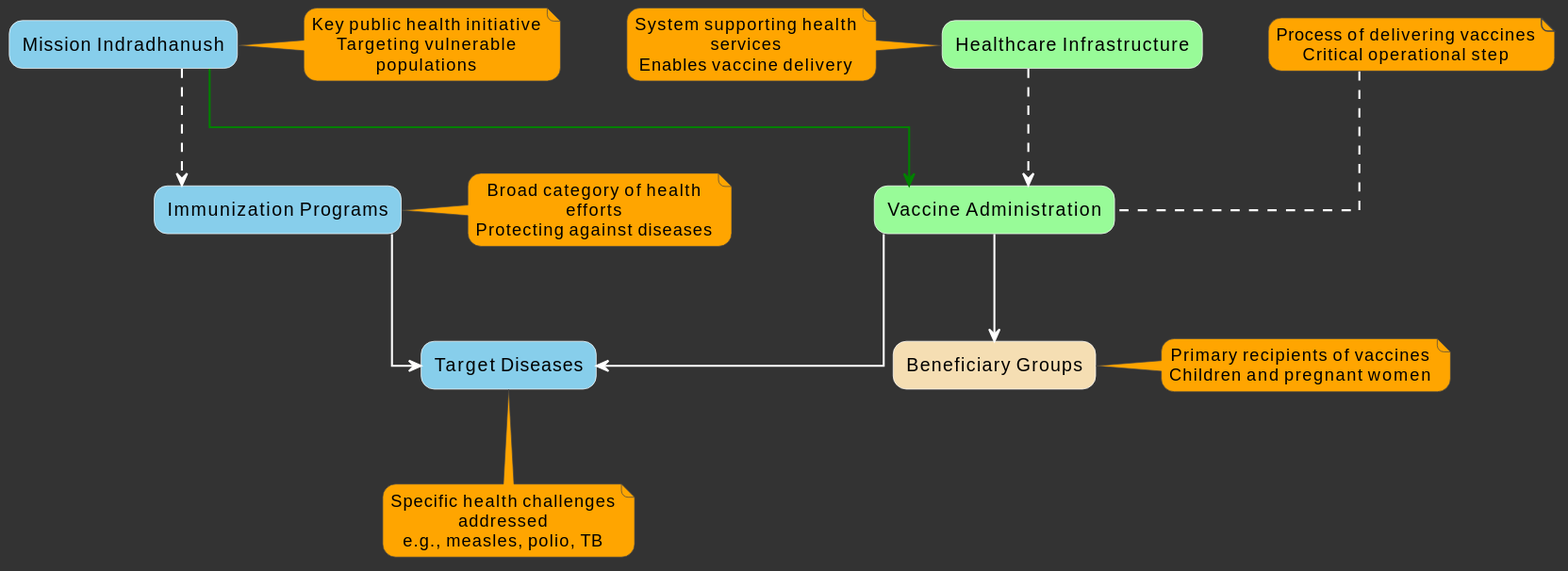
Above: tele_1.svg in bolibazaar/upsc_sol_assets (PlantUML), before the change.
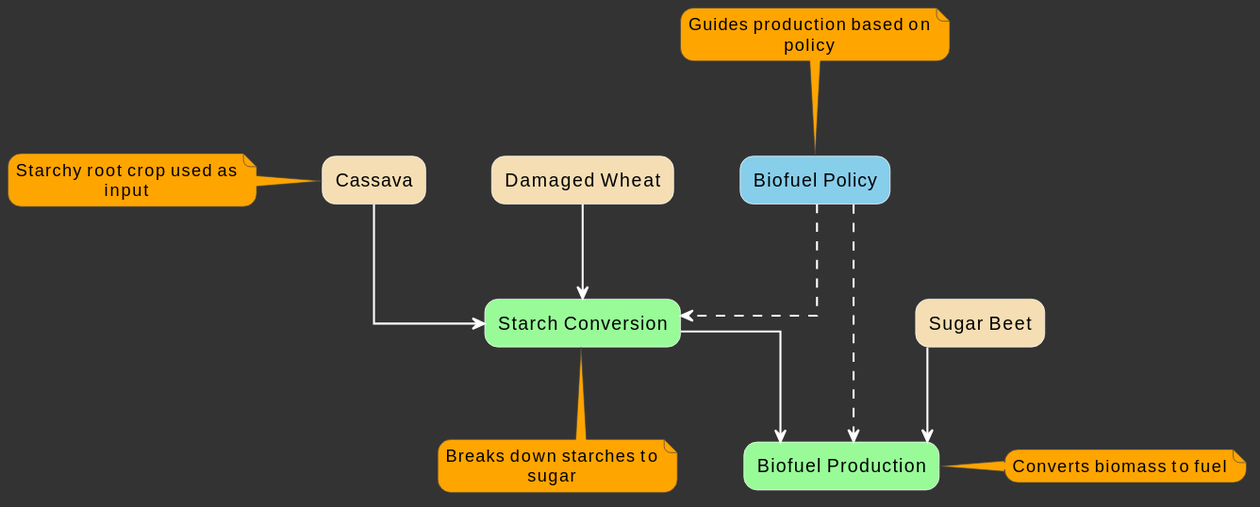
The same diagram one commit later.

The edit, as a diff of the source:
```diff
@@ -20,47 +20,35 @@
 skinparam rectangleFontColor black
 skinparam rectangleBorderColor white
 
-rectangle "Mission Indradhanush" #87CEEB
-rectangle "Immunization Programs" #87CEEB
-rectangle "Target Diseases" #87CEEB
-rectangle "Vaccine Administration" #98FB98
-rectangle "Beneficiary Groups" #F5DEB3
-rectangle "Healthcare Infrastructure" #98FB98
+rectangle "Biofuel Policy" #87CEEB
 
-"Mission Indradhanush" ..> "Immunization Programs"
-"Immunization Programs" --> "Target Diseases"
-"Vaccine Administration" ==> "Target Diseases"
-"Vaccine Administration" --> "Beneficiary Groups"
-"Healthcare Infrastructure" ..> "Vaccine Administration"
-"Mission Indradhanush" -[#green]-> "Vaccine Administration"
+rectangle "Biofuel Production" #98FB98
+rectangle "Starch Conversion" #98FB98
 
-note right of "Mission Indradhanush"
-  Key public health initiative
-  Targeting vulnerable populations
+rectangle "Cassava" #F5DEB3
+rectangle "Damaged Wheat" #F5DEB3
+rectangle "Sugar Beet" #F5DEB3
+
+"Cassava" --> "Starch Conversion"
+"Damaged Wheat" --> "Starch Conversion"
+"Starch Conversion" --> "Biofuel Production"
+"Sugar Beet" --> "Biofuel Production"
+"Biofuel Policy" ..> "Biofuel Production"
+"Biofuel Policy" ..> "Starch Conversion"
+
+note top of "Biofuel Policy"
+  Guides production based on policy
 end note
 
-note left of "Immunization Programs"
-  Broad category of health efforts
-  Protecting against diseases
+note right of "Biofuel Production"
+  Converts biomass to fuel
 end note
 
-note top of "Vaccine Administration"
-  Process of delivering vaccines
-  Critical operational step
+note bottom of "Starch Conversion"
+  Breaks down starches to sugar
 end note
 
-note bottom of "Target Diseases"
-  Specific health challenges addressed
-  e.g., measles, polio, TB
-end note
-
-note right of "Beneficiary Groups"
-  Primary recipients of vaccines
-  Children and pregnant women
-end note
-
-note left of "Healthcare Infrastructure"
-  System supporting health services
-  Enables vaccine delivery
+note left of "Cassava"
+  Starchy root crop used as input
 end note
 @enduml
```
